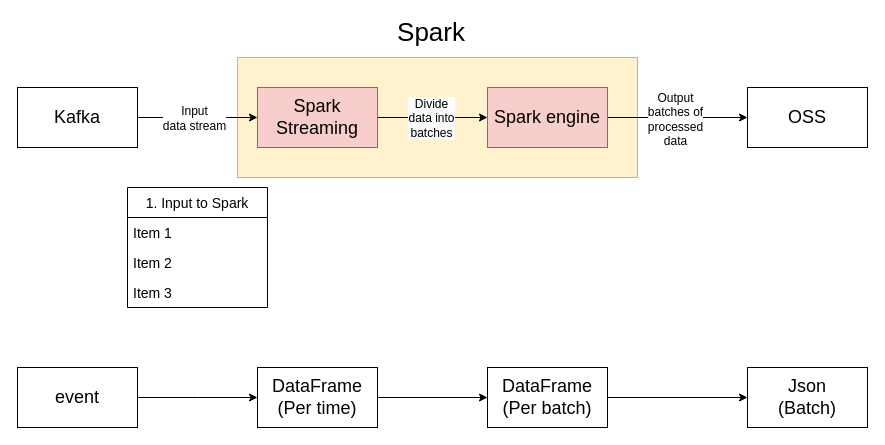
Earlier version of the draw.io diagram Untitled Diagram.drawio (tommy200401/Draw.io). Source tidied: cells renumbered, new cells numbered last; positions are measured from the earlier drawing's top-left corner, leaving out a move shared by most shapes. Both pictures are drawn from the tidied source at 100%, with x=0, y=0 at pixel (17, 17).
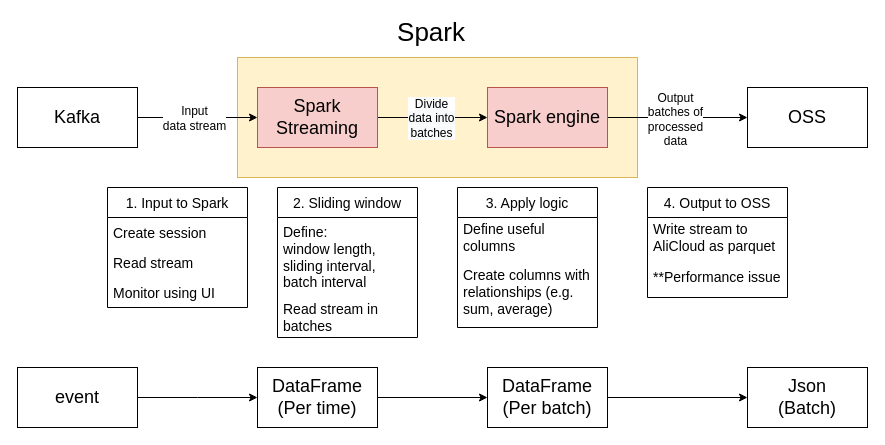
Above is the later version.

Diff of the diagram source:
```diff
@@
     <mxCell id="21" value="1. Input to Spark" style="swimlane;fontStyle=0;horizontal=1;startSize=30;fontSize=14;" parent="1" vertex="1">
-      <mxGeometry x="110" y="170" width="140" height="120" as="geometry" />
+      <mxGeometry x="90" y="170" width="140" height="120" as="geometry" />
     </mxCell>
-    <mxCell id="22" value="Item 1" style="text;strokeColor=none;fillColor=none;align=left;verticalAlign=middle;spacingLeft=4;spacingRight=4;overflow=hidden;fontSize=14;" parent="21" vertex="1">
+    <mxCell id="22" value="Create session" style="text;strokeColor=none;fillColor=none;align=left;verticalAlign=middle;spacingLeft=4;spacingRight=4;overflow=hidden;fontSize=14;" parent="21" vertex="1">
       <mxGeometry y="30" width="140" height="30" as="geometry" />
     </mxCell>
-    <mxCell id="23" value="Item 2" style="text;strokeColor=none;fillColor=none;align=left;verticalAlign=middle;spacingLeft=4;spacingRight=4;overflow=hidden;fontSize=14;" parent="21" vertex="1">
+    <mxCell id="23" value="Read stream" style="text;strokeColor=none;fillColor=none;align=left;verticalAlign=middle;spacingLeft=4;spacingRight=4;overflow=hidden;fontSize=14;" parent="21" vertex="1">
       <mxGeometry y="60" width="140" height="30" as="geometry" />
     </mxCell>
-    <mxCell id="24" value="Item 3" style="text;strokeColor=none;fillColor=none;align=left;verticalAlign=middle;spacingLeft=4;spacingRight=4;overflow=hidden;fontSize=14;" parent="21" vertex="1">
-      <mxGeometry y="90" width="140" height="30" as="geometry" />
-    </mxCell>
+    <mxCell id="25" value="Monitor using UI" style="text;strokeColor=none;fillColor=none;align=left;verticalAlign=middle;spacingLeft=4;spacingRight=4;overflow=hidden;fontSize=14;" parent="21" vertex="1">
+      <mxGeometry y="90" width="140" height="30" as="geometry" />
+    </mxCell>
+    <mxCell id="26" value="2. Sliding window" style="swimlane;fontStyle=0;horizontal=1;startSize=30;fontSize=14;" parent="1" vertex="1">
+      <mxGeometry x="260" y="170" width="140" height="150" as="geometry" />
+    </mxCell>
+    <mxCell id="27" value="Define:&#10;window length, sliding interval, batch interval" style="text;strokeColor=none;fillColor=none;align=left;verticalAlign=middle;spacingLeft=4;spacingRight=4;overflow=hidden;fontSize=14;whiteSpace=wrap;" parent="26" vertex="1">
+      <mxGeometry y="30" width="140" height="80" as="geometry" />
+    </mxCell>
+    <mxCell id="28" value="Read stream in batches" style="text;strokeColor=none;fillColor=none;align=left;verticalAlign=middle;spacingLeft=4;spacingRight=4;overflow=hidden;fontSize=14;whiteSpace=wrap;" parent="26" vertex="1">
+      <mxGeometry y="110" width="140" height="40" as="geometry" />
+    </mxCell>
+    <mxCell id="29" value="3. Apply logic" style="swimlane;fontStyle=0;horizontal=1;startSize=30;fontSize=14;" parent="1" vertex="1">
+      <mxGeometry x="440" y="170" width="140" height="140" as="geometry" />
+    </mxCell>
+    <mxCell id="30" value="Define useful columns" style="text;strokeColor=none;fillColor=none;align=left;verticalAlign=middle;spacingLeft=4;spacingRight=4;overflow=hidden;fontSize=14;whiteSpace=wrap;" parent="29" vertex="1">
+      <mxGeometry y="30" width="140" height="40" as="geometry" />
+    </mxCell>
+    <mxCell id="31" value="Create columns with relationships (e.g. sum, average)" style="text;strokeColor=none;fillColor=none;align=left;verticalAlign=middle;spacingLeft=4;spacingRight=4;overflow=hidden;fontSize=14;whiteSpace=wrap;" parent="29" vertex="1">
+      <mxGeometry y="70" width="140" height="70" as="geometry" />
+    </mxCell>
+    <mxCell id="32" value="4. Output to OSS" style="swimlane;fontStyle=0;horizontal=1;startSize=30;fontSize=14;" parent="1" vertex="1">
+      <mxGeometry x="630" y="170" width="140" height="110" as="geometry" />
+    </mxCell>
+    <mxCell id="33" value="Write stream to AliCloud as parquet " style="text;strokeColor=none;fillColor=none;align=left;verticalAlign=middle;spacingLeft=4;spacingRight=4;overflow=hidden;fontSize=14;whiteSpace=wrap;" parent="32" vertex="1">
+      <mxGeometry y="30" width="140" height="40" as="geometry" />
+    </mxCell>
+    <mxCell id="34" value="**Performance issue" style="text;strokeColor=none;fillColor=none;align=left;verticalAlign=middle;spacingLeft=4;spacingRight=4;overflow=hidden;fontSize=14;whiteSpace=wrap;" parent="32" vertex="1">
+      <mxGeometry y="70" width="140" height="40" as="geometry" />
+    </mxCell>
```
